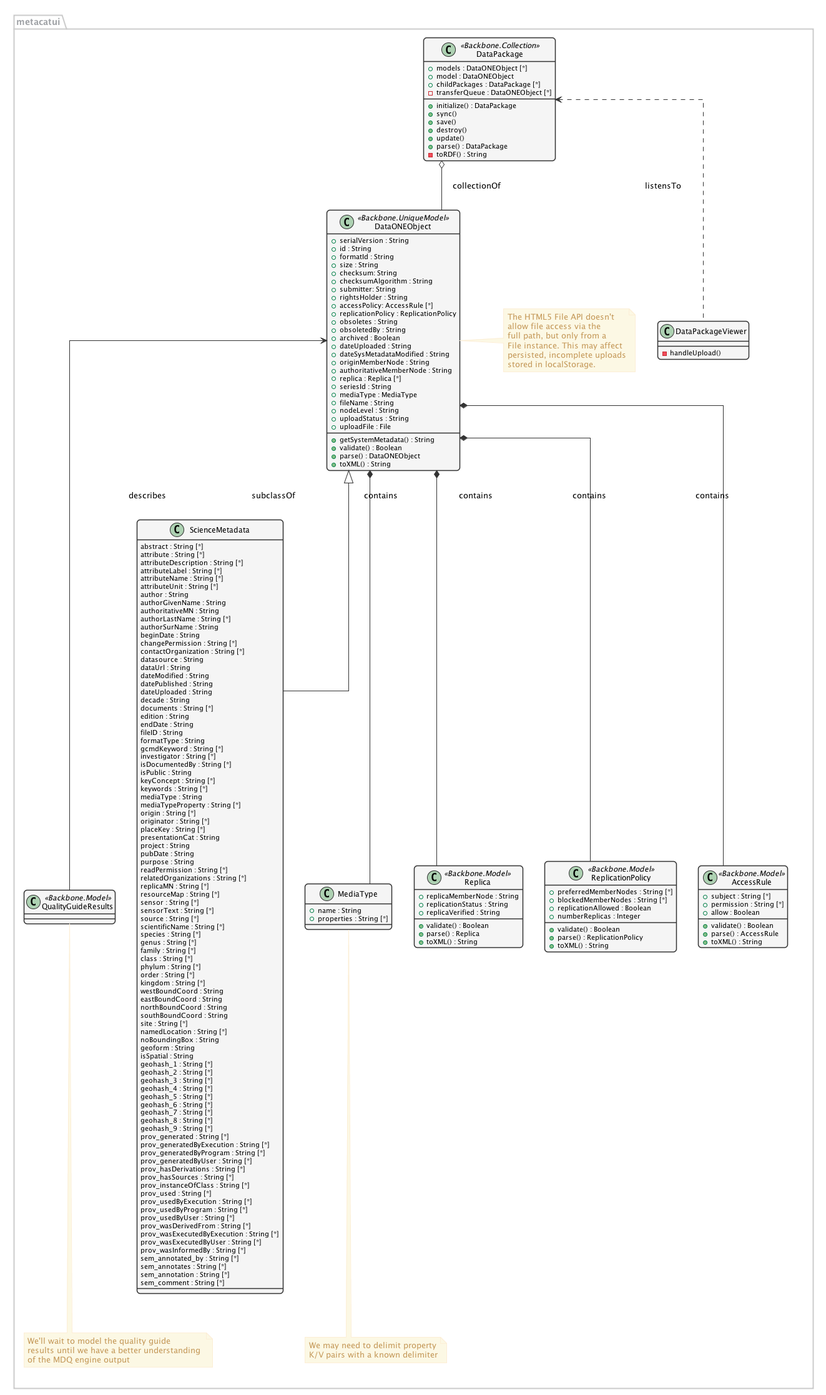
This is metacatui/docs/design/editor/images/editor-design-metacatui-package.png from NCEAS/metacatui, a PlantUML export, as it was before one commit.
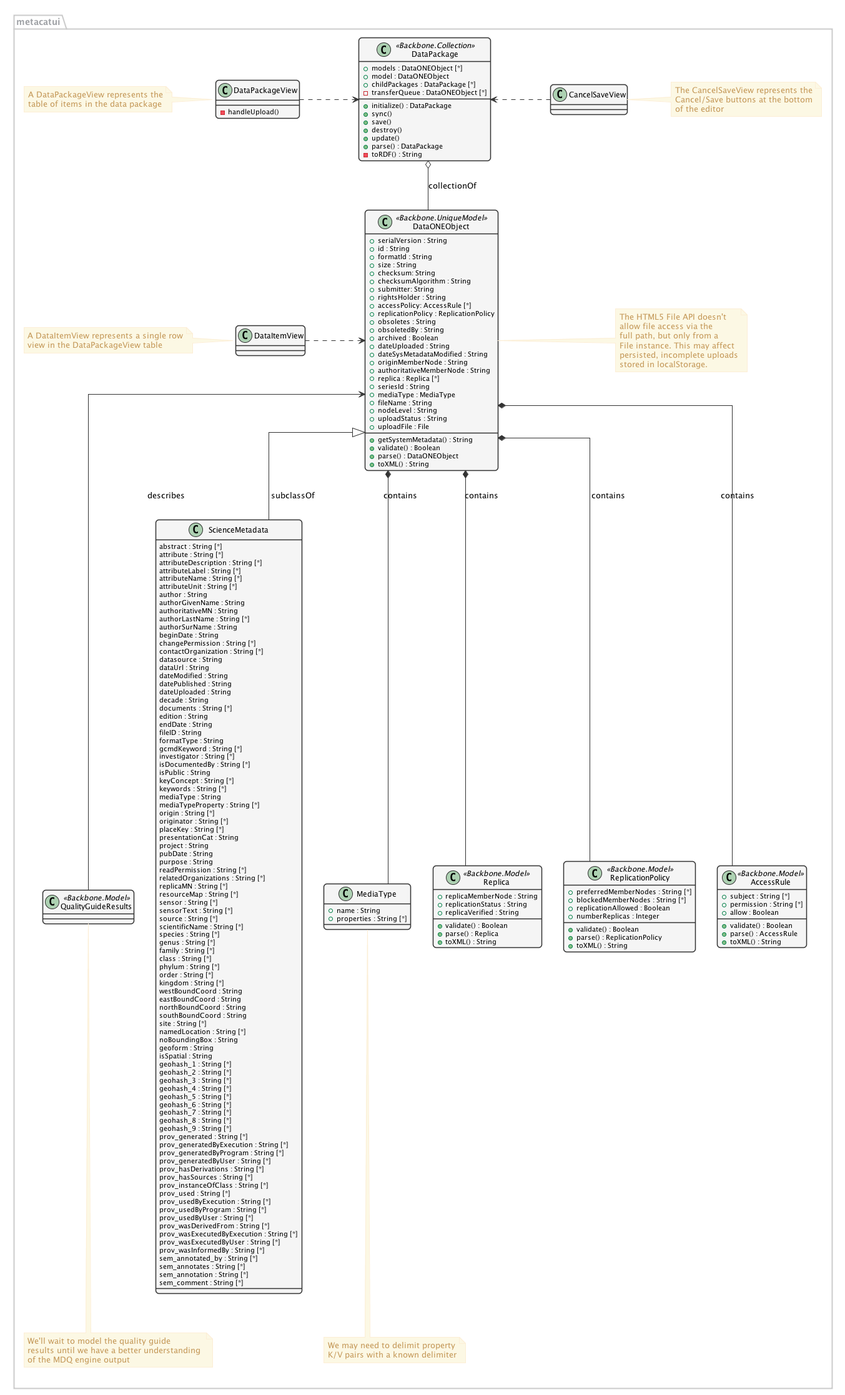
After the change.

Commit message:
Add in the DataItemView and CancelSaveView classes, and rename DataPackageViewer to DataPackageView.

What changed in the source:
```diff
@@ -232,14 +232,34 @@
       - toRDF() : String
     }
 
-    class DataPackageViewer {
+    class DataPackageView {
       - handleUpload()
     }
+    note left
+      A DataPackageView represents the
+      table of items in the data package
+    end note
 
+    class CancelSaveView {
+    }
+    note right
+      The CancelSaveView represents the
+      Cancel/Save buttons at the bottom
+      of the editor
+    end note
+
+    class DataItemView {
+    }
+    note left
+      A DataItemView represents a single row
+      view in the DataPackageView table
+    end note
   }
 
   DataPackage o-- DataONEObject : collectionOf
-  DataPackage <.. DataPackageViewer : listensTo
+  DataPackage <.right. DataPackageView : listensTo
+  DataPackage <.left. CancelSaveView : listensTo
+  DataONEObject <.right. DataItemView : listensTo
   DataONEObject <|-- ScienceMetadata : "subclassOf"
   DataONEObject <-- QualityGuideResults : describes
   DataONEObject *-- AccessRule : "contains"
```
